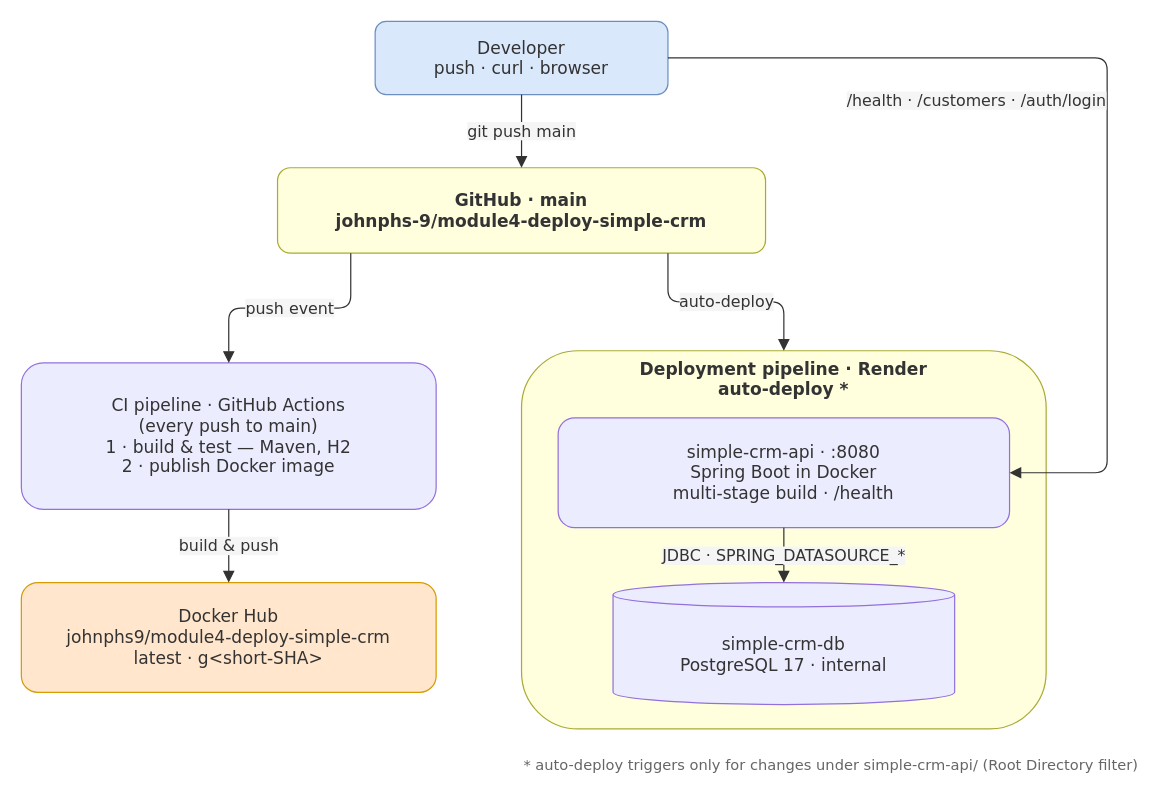
Earlier version of the draw.io diagram docs/design/module4-simple-crm-API-architecture.drawio (johnphs-9/module4-deploy-simple-crm). Source tidied: cells renumbered, new cells numbered last; positions are measured from the earlier drawing's top-left corner, leaving out a move shared by most shapes. Both pictures are drawn from the tidied source at 122%, with x=0, y=0 at pixel (21, 21).
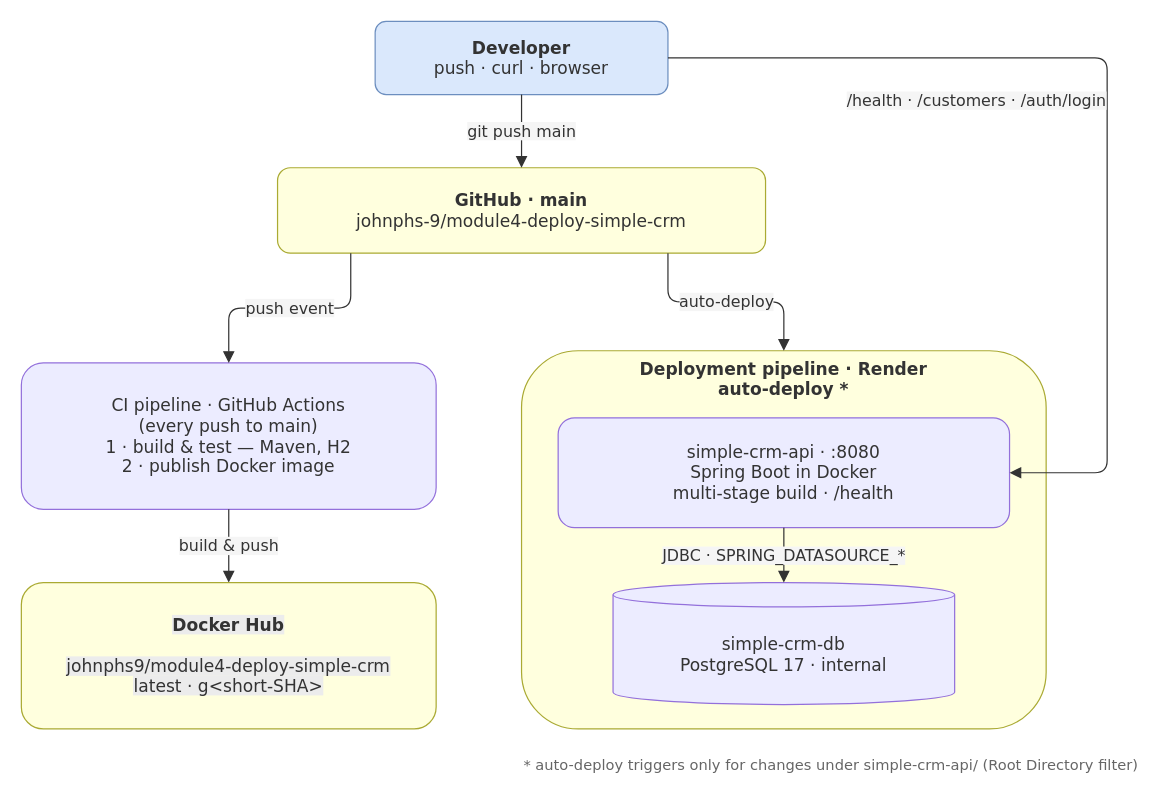
The same page after the edit.

What changed in the source:
```diff
@@
 <mxGraphModel>
   <root>
     <mxCell id="0" />
     <mxCell id="1" parent="0" />
-    <mxCell id="2" value="Developer&#10;push · curl · browser" style="rounded=1;whiteSpace=wrap;html=1;fillColor=#DAE8FC;strokeColor=#6C8EBF;fontFamily=Trebuchet MS,Verdana,Arial,sans-serif;fontSize=14;fontColor=#333333;" parent="1" vertex="1">
+    <mxCell id="2" value="&lt;b&gt;Developer&lt;br&gt;&lt;/b&gt;push · curl · browser" style="rounded=1;whiteSpace=wrap;html=1;fillColor=#DAE8FC;strokeColor=#6C8EBF;fontFamily=Trebuchet MS,Verdana,Arial,sans-serif;fontSize=14;fontColor=#333333;" parent="1" vertex="1">
       <mxGeometry x="290" width="240" height="60" as="geometry" />
     </mxCell>
-    <mxCell id="3" value="GitHub · main&#10;johnphs-9/module4-deploy-simple-crm" style="rounded=1;whiteSpace=wrap;html=1;fillColor=#FFFFDE;strokeColor=#AAAA33;fontFamily=Trebuchet MS,Verdana,Arial,sans-serif;fontSize=14;fontColor=#333333;fontStyle=1;" parent="1" vertex="1">
+    <mxCell id="3" value="GitHub · main&lt;br&gt;&lt;span style=&quot;font-weight: normal;&quot;&gt;johnphs-9/module4-deploy-simple-crm&lt;/span&gt;" style="rounded=1;whiteSpace=wrap;html=1;fillColor=#FFFFDE;strokeColor=#AAAA33;fontFamily=Trebuchet MS,Verdana,Arial,sans-serif;fontSize=14;fontColor=#333333;fontStyle=1;" parent="1" vertex="1">
       <mxGeometry x="210" y="120" width="400" height="70" as="geometry" />
     </mxCell>
     <mxCell id="4" value="CI pipeline · GitHub Actions&#10;(every push to main)&#10;1 · build &amp; test — Maven, H2&#10;2 · publish Docker image" style="rounded=1;whiteSpace=wrap;html=1;fillColor=#ECECFF;strokeColor=#9370DB;fontFamily=Trebuchet MS,Verdana,Arial,sans-serif;fontSize=14;fontColor=#333333;" parent="1" vertex="1">
       <mxGeometry y="280" width="340" height="120" as="geometry" />
     </mxCell>
-    <mxCell id="5" value="Docker Hub&#10;johnphs9/module4-deploy-simple-crm&#10;latest · g&amp;lt;short-SHA&amp;gt;" style="rounded=1;whiteSpace=wrap;html=1;fillColor=#FFE6CC;strokeColor=#D79B00;fontFamily=Trebuchet MS,Verdana,Arial,sans-serif;fontSize=14;fontColor=#333333;" parent="1" vertex="1">
-      <mxGeometry y="460" width="340" height="90" as="geometry" />
-    </mxCell>
     <mxCell id="6" value="Deployment pipeline · Render&#10;auto-deploy *" style="rounded=1;whiteSpace=wrap;html=1;fillColor=#FFFFDE;strokeColor=#AAAA33;fontFamily=Trebuchet MS,Verdana,Arial,sans-serif;fontSize=14;fontColor=#333333;fontStyle=1;verticalAlign=top;" parent="1" vertex="1">
       <mxGeometry x="410" y="270" width="430" height="310" as="geometry" />
     </mxCell>
     <mxCell id="7" value="simple-crm-api · :8080&#10;Spring Boot in Docker&#10;multi-stage build · /health" style="rounded=1;whiteSpace=wrap;html=1;fillColor=#ECECFF;strokeColor=#9370DB;fontFamily=Trebuchet MS,Verdana,Arial,sans-serif;fontSize=14;fontColor=#333333;" parent="6" vertex="1">
       <mxGeometry x="30" y="55" width="370" height="90" as="geometry" />
     </mxCell>
     <mxCell id="8" value="simple-crm-db&#10;PostgreSQL 17 · internal" style="shape=cylinder3;boundedLbl=1;backgroundOutline=1;size=10;whiteSpace=wrap;html=1;fillColor=#ECECFF;strokeColor=#9370DB;fontFamily=Trebuchet MS,Verdana,Arial,sans-serif;fontSize=14;fontColor=#333333;" parent="6" vertex="1">
       <mxGeometry x="75" y="190" width="280" height="100" as="geometry" />
     </mxCell>
     <mxCell id="9" value="JDBC · SPRING_DATASOURCE_*" style="edgeStyle=orthogonalEdgeStyle;rounded=1;jettySize=auto;html=1;strokeColor=#333333;endArrow=block;endSize=7;fontFamily=Trebuchet MS,Verdana,Arial,sans-serif;fontSize=13;fontColor=#333333;labelBackgroundColor=#F5F5F5;exitX=0.5;exitY=1;exitDx=0;exitDy=0;entryX=0.5;entryY=0;entryDx=0;entryDy=0;" parent="6" edge="1" source="7" target="8">
       <mxGeometry relative="1" as="geometry" />
     </mxCell>
     <mxCell id="10" value="git push main" style="edgeStyle=orthogonalEdgeStyle;rounded=1;jettySize=auto;html=1;strokeColor=#333333;endArrow=block;endSize=7;fontFamily=Trebuchet MS,Verdana,Arial,sans-serif;fontSize=13;fontColor=#333333;labelBackgroundColor=#F5F5F5;exitX=0.5;exitY=1;exitDx=0;exitDy=0;entryX=0.5;entryY=0;entryDx=0;entryDy=0;" parent="1" edge="1" source="2" target="3">
       <mxGeometry relative="1" as="geometry" />
     </mxCell>
     <mxCell id="11" value="push event" style="edgeStyle=orthogonalEdgeStyle;rounded=1;jettySize=auto;html=1;strokeColor=#333333;endArrow=block;endSize=7;fontFamily=Trebuchet MS,Verdana,Arial,sans-serif;fontSize=13;fontColor=#333333;labelBackgroundColor=#F5F5F5;exitX=0.15;exitY=1;exitDx=0;exitDy=0;entryX=0.5;entryY=0;entryDx=0;entryDy=0;" parent="1" edge="1" source="3" target="4">
       <mxGeometry relative="1" as="geometry" />
     </mxCell>
-    <mxCell id="12" value="build &amp; push" style="edgeStyle=orthogonalEdgeStyle;rounded=1;jettySize=auto;html=1;strokeColor=#333333;endArrow=block;endSize=7;fontFamily=Trebuchet MS,Verdana,Arial,sans-serif;fontSize=13;fontColor=#333333;labelBackgroundColor=#F5F5F5;exitX=0.5;exitY=1;exitDx=0;exitDy=0;entryX=0.5;entryY=0;entryDx=0;entryDy=0;" parent="1" edge="1" source="4" target="5">
-      <mxGeometry relative="1" as="geometry" />
+    <mxCell id="12" value="build &amp; push" style="edgeStyle=orthogonalEdgeStyle;rounded=1;jettySize=auto;html=1;strokeColor=#333333;endArrow=block;endSize=7;fontFamily=Trebuchet MS,Verdana,Arial,sans-serif;fontSize=13;fontColor=#333333;labelBackgroundColor=#F5F5F5;exitX=0.5;exitY=1;exitDx=0;exitDy=0;entryX=0.5;entryY=0;entryDx=0;entryDy=0;" parent="1" edge="1" source="4">
+      <mxGeometry relative="1" as="geometry">
+        <mxPoint x="170" y="460" as="targetPoint" />
+      </mxGeometry>
     </mxCell>
     <mxCell id="13" value="auto-deploy" style="edgeStyle=orthogonalEdgeStyle;rounded=1;jettySize=auto;html=1;strokeColor=#333333;endArrow=block;endSize=7;fontFamily=Trebuchet MS,Verdana,Arial,sans-serif;fontSize=13;fontColor=#333333;labelBackgroundColor=#F5F5F5;exitX=0.8;exitY=1;exitDx=0;exitDy=0;entryX=0.5;entryY=0;entryDx=0;entryDy=0;" parent="1" edge="1" source="3" target="6">
       <mxGeometry relative="1" as="geometry" />
     </mxCell>
     <mxCell id="14" style="edgeStyle=orthogonalEdgeStyle;rounded=1;jettySize=auto;html=1;strokeColor=#333333;endArrow=block;endSize=7;fontFamily=Trebuchet MS,Verdana,Arial,sans-serif;fontSize=13;fontColor=#333333;labelBackgroundColor=#F5F5F5;exitX=1;exitY=0.5;exitDx=0;exitDy=0;entryX=1;entryY=0.5;entryDx=0;entryDy=0;" parent="1" edge="1" source="2" target="7">
       <mxGeometry relative="1" as="geometry">
         <Array as="points">
           <mxPoint x="890" y="30" />
           <mxPoint x="890" y="370" />
         </Array>
       </mxGeometry>
     </mxCell>
     <mxCell id="15" value="* auto-deploy triggers only for changes under simple-crm-api/ (Root Directory filter)" style="text;html=1;align=left;verticalAlign=middle;fontFamily=Trebuchet MS,Verdana,Arial,sans-serif;fontSize=12;fontColor=#666666;" parent="1" vertex="1">
       <mxGeometry x="410" y="595" width="430" height="30" as="geometry" />
     </mxCell>
     <mxCell id="16" value="&lt;span style=&quot;color: rgb(51, 51, 51); font-family: &amp;quot;Trebuchet MS&amp;quot;, Verdana, Arial, sans-serif; font-size: 13px; font-style: normal; font-variant-ligatures: normal; font-variant-caps: normal; font-weight: 400; letter-spacing: normal; orphans: 2; text-align: center; text-indent: 0px; text-transform: none; widows: 2; word-spacing: 0px; -webkit-text-stroke-width: 0px; white-space: nowrap; background-color: rgb(245, 245, 245); text-decoration-thickness: initial; text-decoration-style: initial; text-decoration-color: initial; float: none; display: inline !important;&quot;&gt;/health · /customers · /auth/login&lt;/span&gt;" style="text;whiteSpace=wrap;html=1;" parent="1" vertex="1">
       <mxGeometry x="675" y="51" width="207" height="30" as="geometry" />
     </mxCell>
+    <mxCell id="5" value="&lt;div&gt;&lt;span style=&quot;color: rgb(51, 51, 51); background-color: rgb(236, 236, 236); float: none; display: inline !important;&quot;&gt;Docker Hub&lt;/span&gt;&lt;/div&gt;&lt;div&gt;&lt;span style=&quot;color: rgb(51, 51, 51); background-color: rgb(236, 236, 236); float: none; display: inline !important;&quot;&gt;&lt;br&gt;&lt;/span&gt;&lt;/div&gt;&lt;span style=&quot;font-weight: 400; color: rgb(51, 51, 51); background-color: rgb(236, 236, 236); float: none; display: inline !important;&quot;&gt;johnphs9/module4-deploy-simple-crm&lt;/span&gt;&lt;br style=&quot;font-weight: 400; color: rgb(51, 51, 51); background-color: rgb(236, 236, 236);&quot;&gt;&lt;span style=&quot;font-weight: 400; color: rgb(51, 51, 51); background-color: rgb(236, 236, 236); float: none; display: inline !important;&quot;&gt;latest · g&amp;lt;short-SHA&amp;gt;&lt;/span&gt;" style="rounded=1;whiteSpace=wrap;html=1;fillColor=#FFFFDE;strokeColor=#AAAA33;fontFamily=Trebuchet MS,Verdana,Arial,sans-serif;fontSize=14;fontColor=#333333;fontStyle=1;" parent="1" vertex="1">
+      <mxGeometry y="460" width="340" height="120" as="geometry" />
+    </mxCell>
   </root>
 </mxGraphModel>
```
